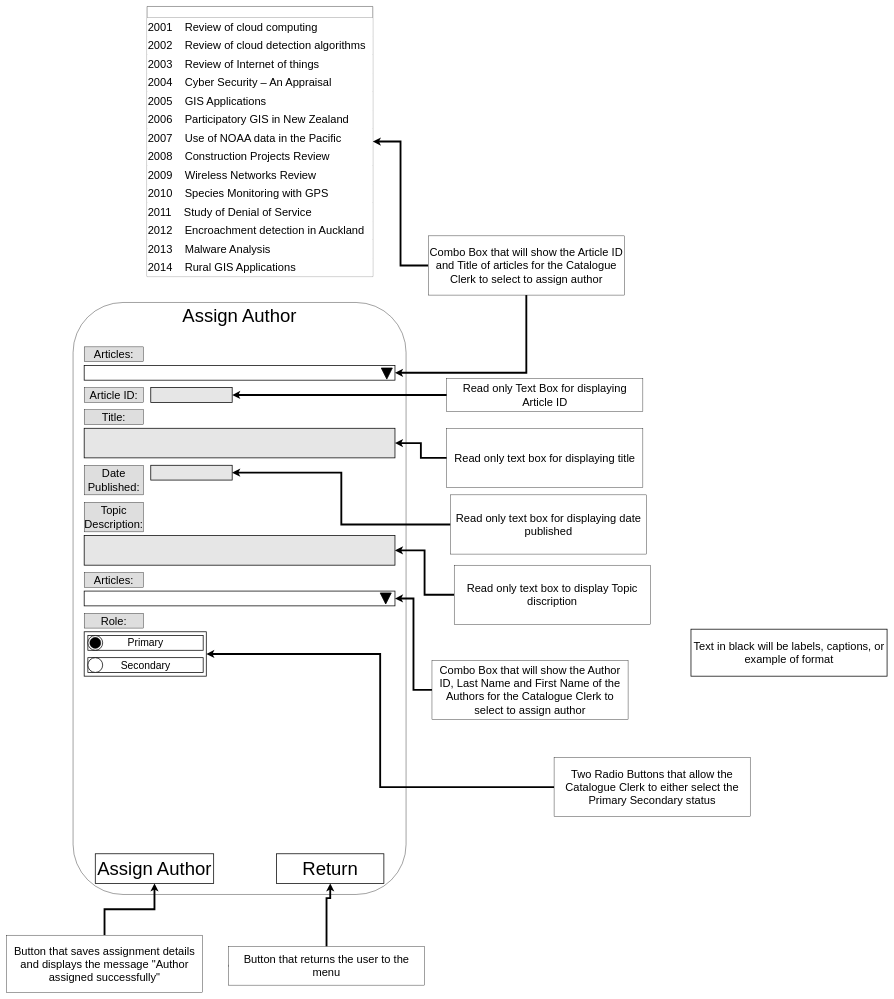
The draw.io diagram AssignAuthor.drawio in guywhohasagun/5603ass2, before the edit. Source tidied: cells renumbered, new cells numbered last; positions are measured from the earlier drawing's top-left corner, leaving out a move shared by most shapes. Both pictures are drawn from the tidied source at 37%, with x=0, y=0 at pixel (6, 6).
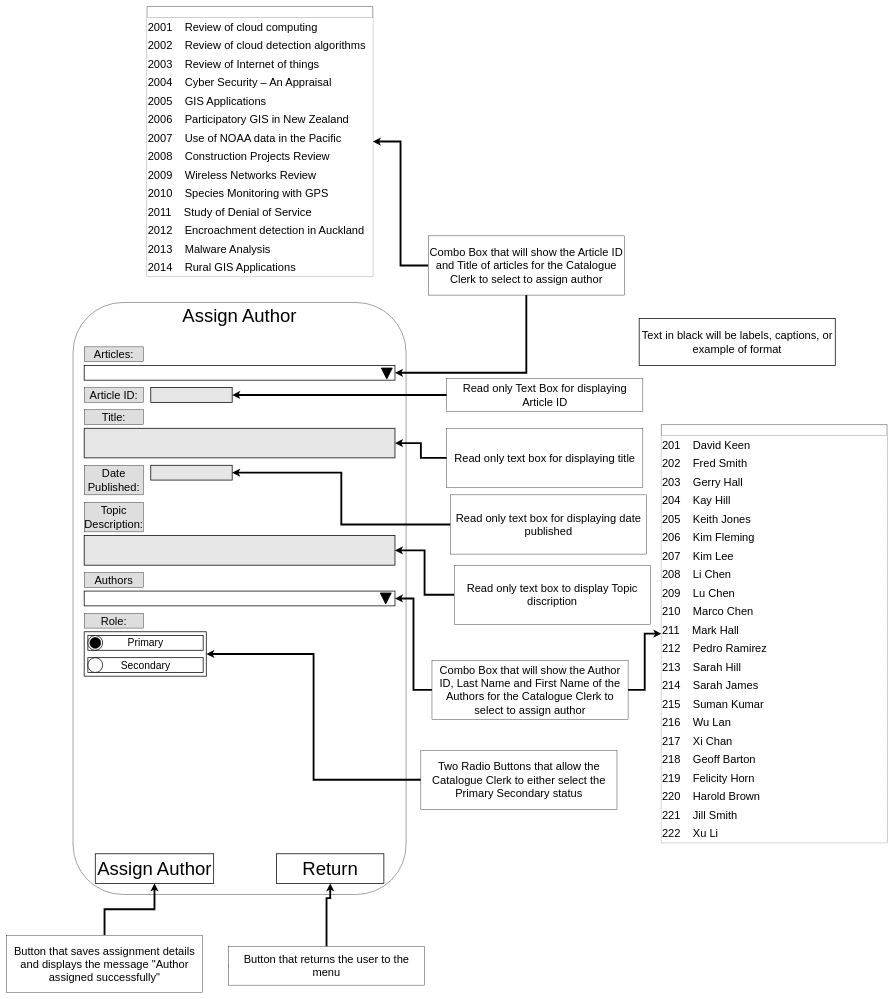
The same page after the edit.

The change refers to these unchanged cells:
```xml
<mxCell id="63" value="Combo Box that will show the Author ID, Last Name and First Name of the Authors for the Catalogue Clerk to select to assign author" style="rounded=0;whiteSpace=wrap;html=1;fontSize=30;" parent="1" vertex="1">
  <mxGeometry x="1150" y="1767" width="530" height="160" as="geometry" />
</mxCell>
```

Diff of the diagram source:
```diff
@@
     <mxCell id="36" value="Text in black will be labels, captions, or example of format" style="rounded=0;whiteSpace=wrap;html=1;fontSize=30;strokeWidth=2;" parent="1" vertex="1">
-      <mxGeometry x="1850" y="1683" width="530" height="127" as="geometry" />
+      <mxGeometry x="1710" y="843" width="530" height="127" as="geometry" />
     </mxCell>
@@
-    <mxCell id="48" value="Articles:" style="rounded=0;whiteSpace=wrap;html=1;fontSize=30;fillColor=#DEDEDE;" parent="1" vertex="1">
+    <mxCell id="48" value="Authors" style="rounded=0;whiteSpace=wrap;html=1;fontSize=30;fillColor=#DEDEDE;" parent="1" vertex="1">
       <mxGeometry x="210" y="1530" width="160" height="40" as="geometry" />
     </mxCell>
@@
+    <mxCell id="66" style="edgeStyle=orthogonalEdgeStyle;rounded=0;jettySize=auto;html=1;strokeWidth=5;exitX=1;exitY=0.5;exitDx=0;exitDy=0;" parent="1" edge="1" source="63" target="67">
+      <mxGeometry relative="1" as="geometry" />
+    </mxCell>
     <mxCell id="65" value="Two Radio Buttons that allow the Catalogue Clerk to either select the Primary Secondary status " style="rounded=0;whiteSpace=wrap;html=1;fontSize=30;strokeWidth=1;" parent="1" vertex="1">
-      <mxGeometry x="1480" y="2030" width="530" height="160" as="geometry" />
+      <mxGeometry x="1120" y="2010" width="530" height="160" as="geometry" />
     </mxCell>
+    <mxCell id="67" style="swimlane;fontStyle=0;horizontal=1;startSize=30;whiteSpace=wrap;html=1;fontSize=30;align=left;fillColor=default;" parent="1" vertex="1">
+      <mxGeometry x="1770" y="1130" width="610" height="1130" as="geometry" />
+    </mxCell>
+    <mxCell id="68" value="201&amp;nbsp;&amp;nbsp;&amp;nbsp; David Keen " style="text;html=1;align=left;verticalAlign=middle;strokeColor=none;fillColor=default;fontSize=30;" parent="67" vertex="1">
+      <mxGeometry y="30" width="610" height="50" as="geometry" />
+    </mxCell>
+    <mxCell id="69" value="202&amp;nbsp;&amp;nbsp;&amp;nbsp; Fred Smith " style="text;html=1;align=left;verticalAlign=middle;strokeColor=none;fillColor=default;fontSize=30;" parent="67" vertex="1">
+      <mxGeometry y="80" width="610" height="50" as="geometry" />
+    </mxCell>
+    <mxCell id="70" value="203&amp;nbsp;&amp;nbsp;&amp;nbsp; Gerry Hall " style="text;html=1;align=left;verticalAlign=middle;strokeColor=none;fillColor=default;fontSize=30;" parent="67" vertex="1">
+      <mxGeometry y="130" width="610" height="50" as="geometry" />
+    </mxCell>
+    <mxCell id="71" value="204&amp;nbsp;&amp;nbsp;&amp;nbsp; Kay Hill " style="text;html=1;align=left;verticalAlign=middle;strokeColor=none;fillColor=default;fontSize=30;" parent="67" vertex="1">
+      <mxGeometry y="180" width="610" height="50" as="geometry" />
+    </mxCell>
+    <mxCell id="72" value="205&amp;nbsp;&amp;nbsp;&amp;nbsp; Keith Jones" style="text;html=1;align=left;verticalAlign=middle;strokeColor=none;fillColor=default;fontSize=30;" parent="67" vertex="1">
+      <mxGeometry y="230" width="610" height="50" as="geometry" />
+    </mxCell>
+    <mxCell id="73" value="206&amp;nbsp;&amp;nbsp;&amp;nbsp; Kim Fleming " style="text;html=1;align=left;verticalAlign=middle;strokeColor=none;fillColor=default;fontSize=30;" parent="67" vertex="1">
+      <mxGeometry y="280" width="610" height="50" as="geometry" />
+    </mxCell>
+    <mxCell id="74" value="207&amp;nbsp;&amp;nbsp;&amp;nbsp; Kim Lee " style="text;html=1;align=left;verticalAlign=middle;strokeColor=none;fillColor=default;fontSize=30;" parent="67" vertex="1">
+      <mxGeometry y="330" width="610" height="50" as="geometry" />
+    </mxCell>
+    <mxCell id="75" value="208&amp;nbsp;&amp;nbsp;&amp;nbsp; Li Chen " style="text;html=1;align=left;verticalAlign=middle;strokeColor=none;fillColor=default;fontSize=30;" parent="67" vertex="1">
+      <mxGeometry y="380" width="610" height="50" as="geometry" />
+    </mxCell>
+    <mxCell id="76" value="209&amp;nbsp;&amp;nbsp;&amp;nbsp; Lu Chen " style="text;html=1;align=left;verticalAlign=middle;strokeColor=none;fillColor=default;fontSize=30;" parent="67" vertex="1">
+      <mxGeometry y="430" width="610" height="50" as="geometry" />
+    </mxCell>
+    <mxCell id="77" value="210&amp;nbsp;&amp;nbsp;&amp;nbsp; Marco Chen" style="text;html=1;align=left;verticalAlign=middle;strokeColor=none;fillColor=default;fontSize=30;" parent="67" vertex="1">
+      <mxGeometry y="480" width="610" height="50" as="geometry" />
+    </mxCell>
+    <mxCell id="78" value="211&amp;nbsp;&amp;nbsp;&amp;nbsp; Mark Hall " style="text;html=1;align=left;verticalAlign=middle;strokeColor=none;fillColor=default;fontSize=30;" parent="67" vertex="1">
+      <mxGeometry y="530" width="610" height="50" as="geometry" />
+    </mxCell>
+    <mxCell id="79" value="212&amp;nbsp;&amp;nbsp;&amp;nbsp; Pedro Ramirez" style="text;html=1;align=left;verticalAlign=middle;strokeColor=none;fillColor=default;fontSize=30;" parent="67" vertex="1">
+      <mxGeometry y="580" width="610" height="50" as="geometry" />
+    </mxCell>
+    <mxCell id="80" value="213&amp;nbsp;&amp;nbsp;&amp;nbsp; Sarah Hill " style="text;html=1;align=left;verticalAlign=middle;strokeColor=none;fillColor=default;fontSize=30;" parent="67" vertex="1">
+      <mxGeometry y="630" width="610" height="50" as="geometry" />
+    </mxCell>
+    <mxCell id="81" value="214&amp;nbsp;&amp;nbsp;&amp;nbsp; Sarah James " style="text;html=1;align=left;verticalAlign=middle;strokeColor=none;fillColor=default;fontSize=30;" parent="67" vertex="1">
+      <mxGeometry y="680" width="610" height="50" as="geometry" />
+    </mxCell>
+    <mxCell id="82" value="215&amp;nbsp;&amp;nbsp;&amp;nbsp; Suman Kumar " style="text;html=1;align=left;verticalAlign=middle;strokeColor=none;fillColor=default;fontSize=30;" parent="67" vertex="1">
+      <mxGeometry y="730" width="610" height="50" as="geometry" />
+    </mxCell>
+    <mxCell id="83" value="216&amp;nbsp;&amp;nbsp;&amp;nbsp; Wu Lan " style="text;html=1;align=left;verticalAlign=middle;strokeColor=none;fillColor=default;fontSize=30;" parent="67" vertex="1">
+      <mxGeometry y="780" width="610" height="50" as="geometry" />
+    </mxCell>
+    <mxCell id="84" value="217&amp;nbsp;&amp;nbsp;&amp;nbsp; Xi Chan " style="text;html=1;align=left;verticalAlign=middle;strokeColor=none;fillColor=default;fontSize=30;" parent="67" vertex="1">
+      <mxGeometry y="830" width="610" height="50" as="geometry" />
+    </mxCell>
+    <mxCell id="85" value="218&amp;nbsp;&amp;nbsp;&amp;nbsp; Geoff Barton" style="text;html=1;align=left;verticalAlign=middle;strokeColor=none;fillColor=default;fontSize=30;" parent="67" vertex="1">
+      <mxGeometry y="880" width="610" height="50" as="geometry" />
+    </mxCell>
+    <mxCell id="86" value="219&amp;nbsp;&amp;nbsp;&amp;nbsp; Felicity Horn" style="text;html=1;align=left;verticalAlign=middle;strokeColor=none;fillColor=default;fontSize=30;" parent="67" vertex="1">
+      <mxGeometry y="930" width="610" height="50" as="geometry" />
+    </mxCell>
+    <mxCell id="87" value="220&amp;nbsp;&amp;nbsp;&amp;nbsp; Harold Brown" style="text;html=1;align=left;verticalAlign=middle;strokeColor=none;fillColor=default;fontSize=30;" parent="67" vertex="1">
+      <mxGeometry y="980" width="610" height="50" as="geometry" />
+    </mxCell>
+    <mxCell id="88" value="221&amp;nbsp;&amp;nbsp;&amp;nbsp; Jill Smith" style="text;html=1;align=left;verticalAlign=middle;strokeColor=none;fillColor=default;fontSize=30;" parent="67" vertex="1">
+      <mxGeometry y="1030" width="610" height="50" as="geometry" />
+    </mxCell>
+    <mxCell id="89" value="222&amp;nbsp;&amp;nbsp;&amp;nbsp; Xu Li" style="text;html=1;align=left;verticalAlign=middle;strokeColor=none;fillColor=default;fontSize=30;" parent="67" vertex="1">
+      <mxGeometry y="1080" width="610" height="50" as="geometry" />
+    </mxCell>
```
